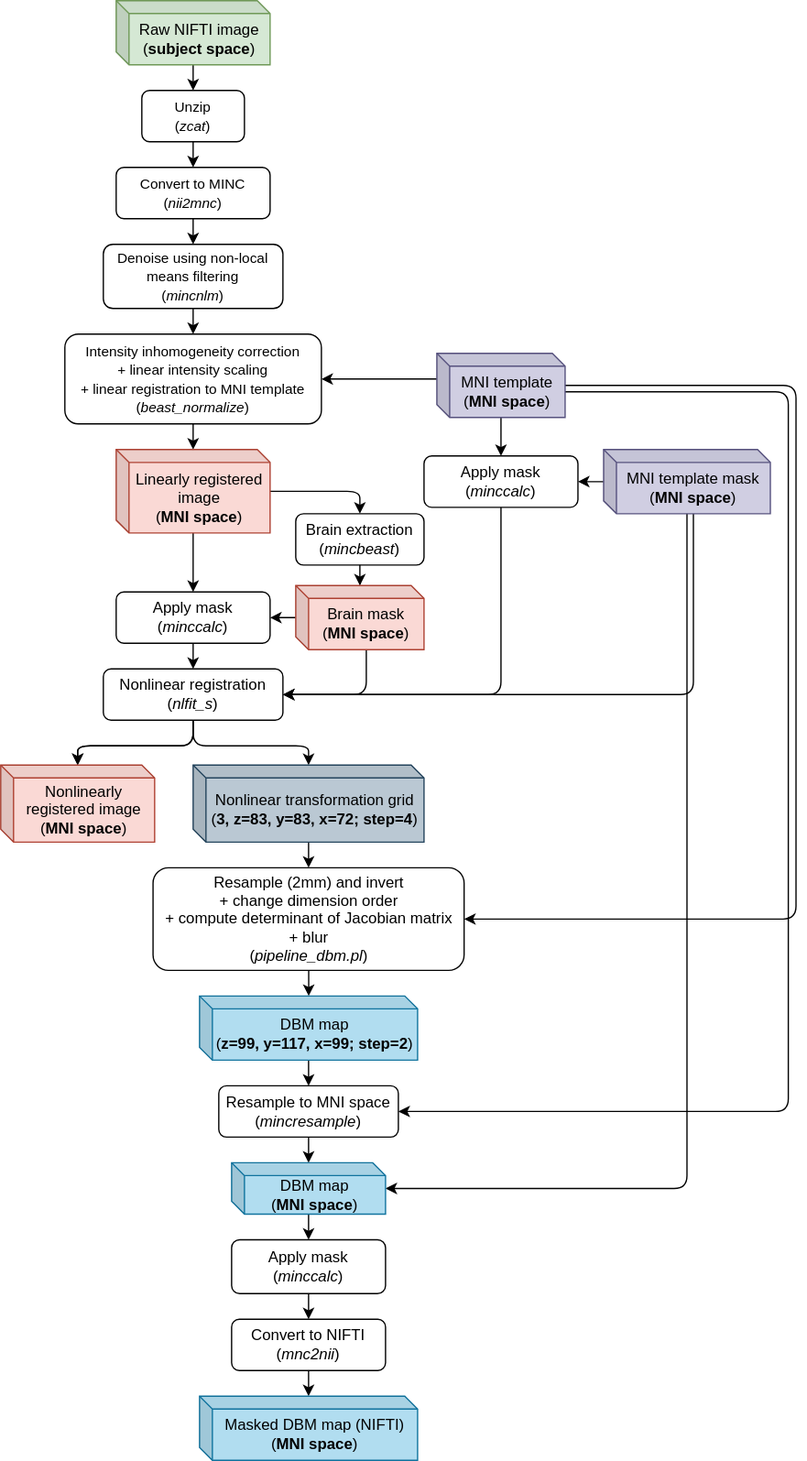
Above: dbm_ica/dbm_minc_pipeline.svg in LivingPark-MRI/zeighami-etal-2019 (draw.io), before the change. Source tidied: cells renumbered, new cells last; positions are measured from the earlier drawing's top-left corner, leaving out a move shared by most shapes.
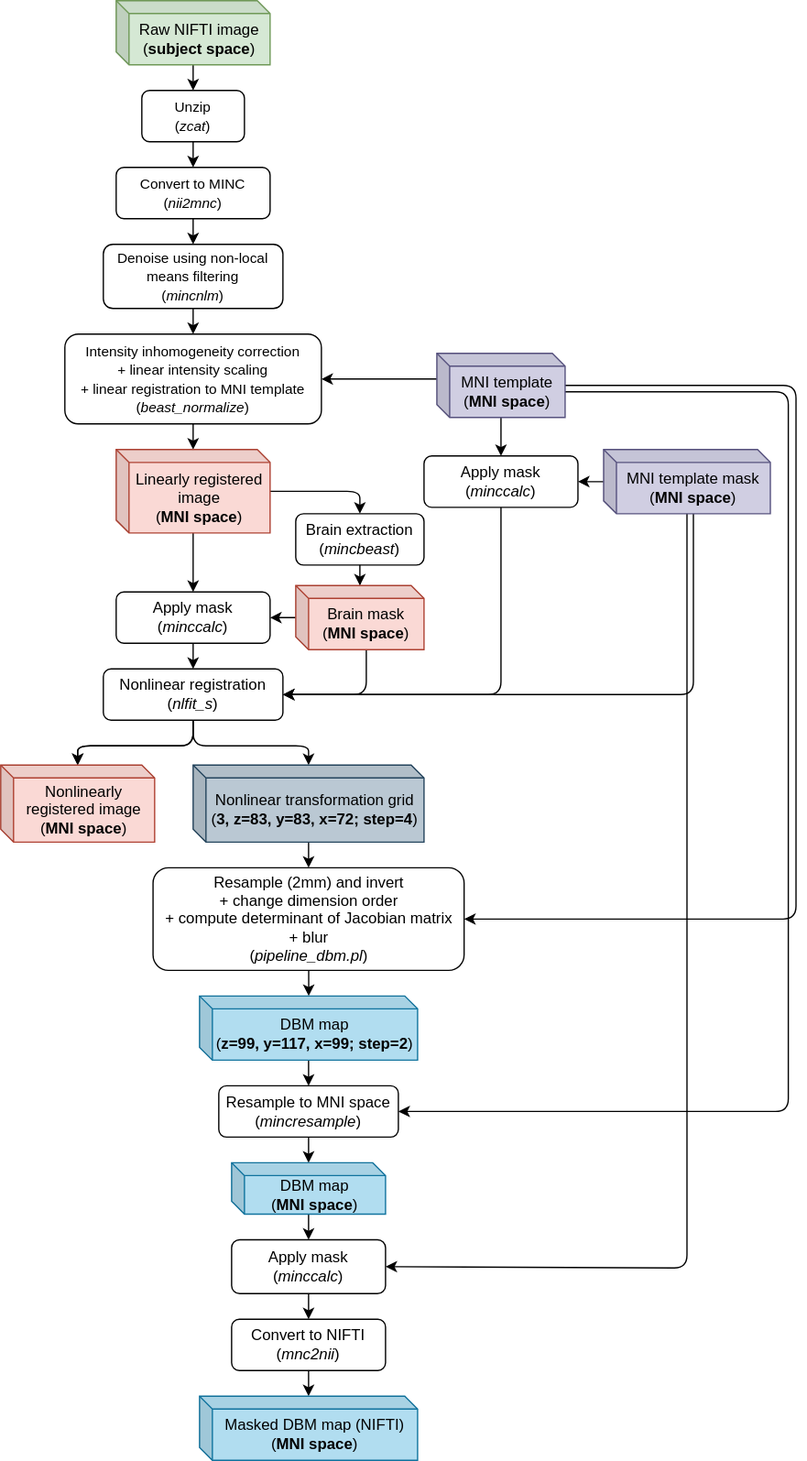
After the commit.

Change to the diagram source:
```diff
@@ -112,10 +112,10 @@
     <mxCell id="32" style="edgeStyle=orthogonalEdgeStyle;jettySize=auto;html=1;entryX=1;entryY=0.5;entryDx=0;entryDy=0;exitX=0;exitY=0;exitDx=70;exitDy=50;exitPerimeter=0;" parent="1" edge="1" source="34" target="30">
       <mxGeometry relative="1" as="geometry" />
     </mxCell>
-    <mxCell id="33" style="edgeStyle=orthogonalEdgeStyle;jettySize=auto;html=1;entryX=1;entryY=0.5;entryDx=0;entryDy=0;" parent="1" edge="1" source="34" target="48">
+    <mxCell id="33" style="edgeStyle=orthogonalEdgeStyle;jettySize=auto;html=1;entryX=1;entryY=0.5;entryDx=0;entryDy=0;" parent="1" edge="1" source="34" target="50">
       <mxGeometry relative="1" as="geometry">
         <Array as="points">
-          <mxPoint x="535" y="926" />
+          <mxPoint x="535" y="988" />
         </Array>
       </mxGeometry>
     </mxCell>
```
